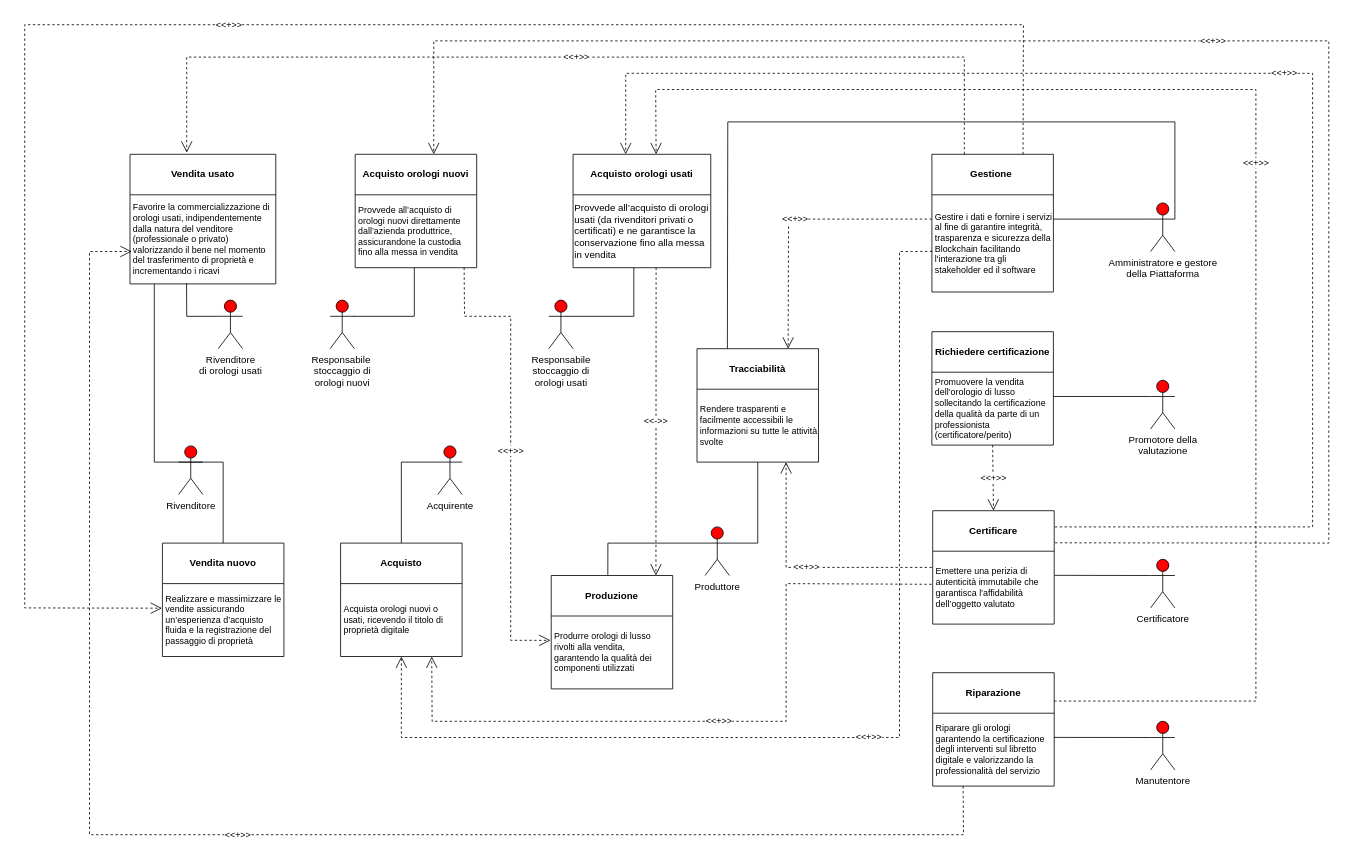
Above: Diagrammi/Capitolo3/DependencyGoalRoleDiagram.drawio in Vittorio92/ProgettoSistemiInformativi (draw.io), before the change. Source tidied: cells renumbered, new cells numbered last; positions are measured from the earlier drawing's top-left corner, leaving out a move shared by most shapes. Both pictures are drawn from the tidied source at 81%, with x=0, y=0 at pixel (24, 24).
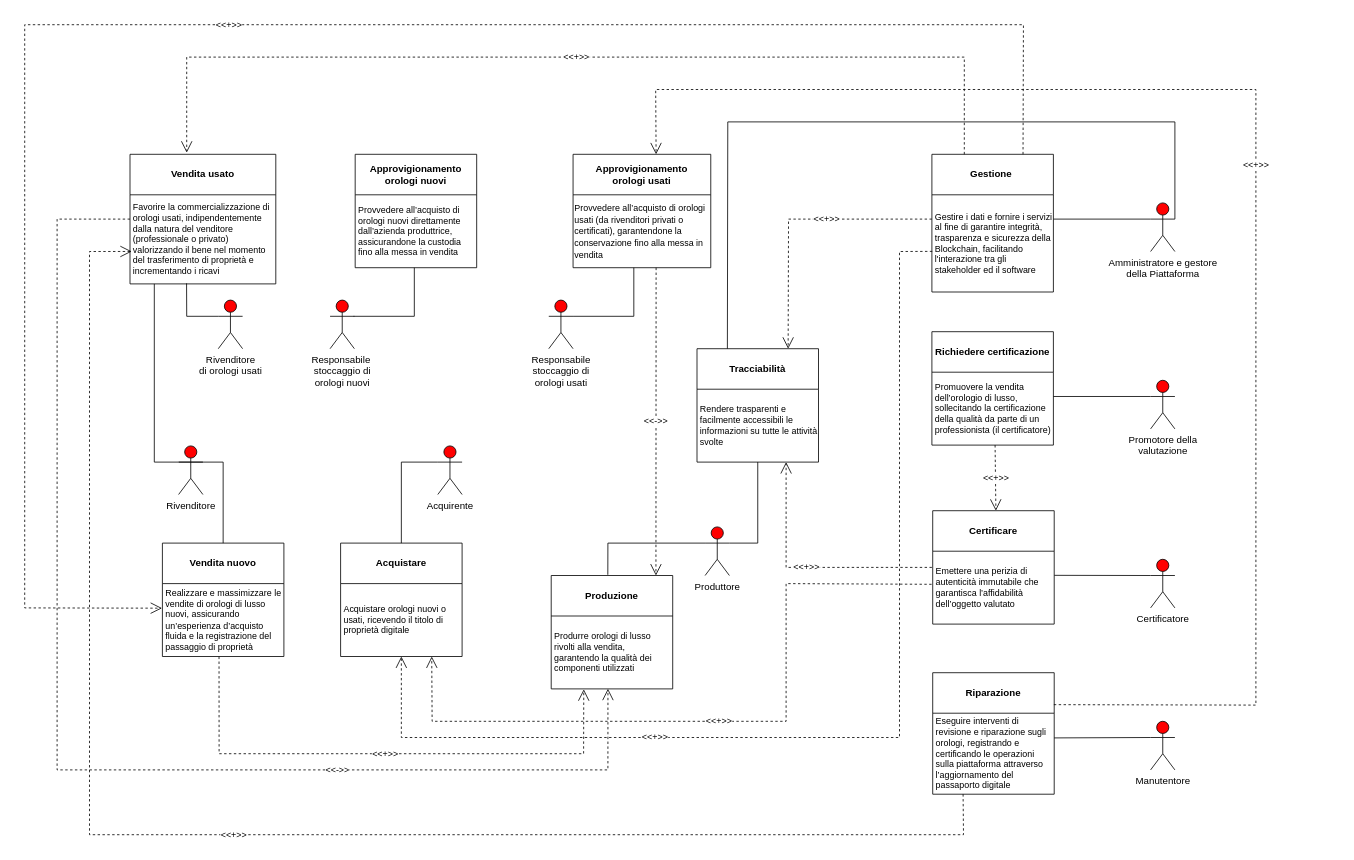
The same page after the edit.

Commit message (it also covers changes not shown here):
Modifiche diagrammi Capitolo3

The change refers to these unchanged cells:
```xml
<mxCell id="3" value="Manutentore" style="shape=umlActor;verticalLabelPosition=bottom;verticalAlign=top;html=1;fillColor=#FF0000;" parent="1" vertex="1">
  <mxGeometry x="1390" y="860" width="30" height="60" as="geometry" />
</mxCell>
<mxCell id="9" value="&lt;b&gt;Gestione&amp;nbsp;&lt;/b&gt;" style="swimlane;fontStyle=0;horizontal=1;startSize=50;whiteSpace=wrap;html=1;" parent="1" vertex="1">
  <mxGeometry x="1120" y="160" width="150" height="170" as="geometry" />
</mxCell>
<mxCell id="11" value="&lt;b&gt;Tracciabilità&lt;/b&gt;" style="swimlane;fontStyle=0;horizontal=1;startSize=50;whiteSpace=wrap;html=1;" parent="1" vertex="1">
  <mxGeometry x="830" y="400" width="150" height="140" as="geometry" />
</mxCell>
<mxCell id="15" value="&lt;b&gt;Certificare&lt;/b&gt;" style="swimlane;fontStyle=0;horizontal=1;startSize=50;whiteSpace=wrap;html=1;" parent="1" vertex="1">
  <mxGeometry x="1121" y="600" width="150" height="140" as="geometry" />
</mxCell>
<mxCell id="18" value="Produrre orologi di lusso rivolti alla vendita, garantendo la qualità dei componenti utilizzati" style="text;html=1;whiteSpace=wrap;strokeColor=none;fillColor=none;align=left;verticalAlign=middle;rounded=0;fontSize=11;spacingLeft=2;" parent="17" vertex="1">
  <mxGeometry y="50" width="150" height="90" as="geometry" />
</mxCell>
<mxCell id="19" value="&lt;b&gt;Vendita nuovo&lt;/b&gt;" style="swimlane;fontStyle=0;horizontal=1;startSize=50;whiteSpace=wrap;html=1;" parent="1" vertex="1">
  <mxGeometry x="170" y="640" width="150" height="140" as="geometry" />
</mxCell>
<mxCell id="55" value="&lt;b&gt;Richiedere certificazione&lt;/b&gt;" style="swimlane;fontStyle=0;horizontal=1;startSize=50;whiteSpace=wrap;html=1;" parent="1" vertex="1">
  <mxGeometry x="1120" y="379" width="150" height="140" as="geometry" />
</mxCell>
```

The edit, as a diff of the source:
```diff
@@
-    <mxCell id="10" value="Gestire i dati e fornire i servizi al fine di garantire integrità, trasparenza e sicurezza della Blockchain&amp;nbsp;&lt;span style=&quot;background-color: transparent; color: light-dark(rgb(0, 0, 0), rgb(255, 255, 255));&quot;&gt;facilitando l'interazione tra gli stakeholder ed il software&lt;/span&gt;" style="text;html=1;whiteSpace=wrap;strokeColor=none;fillColor=none;align=left;verticalAlign=middle;rounded=0;fontSize=11;spacingLeft=2;" parent="9" vertex="1">
+    <mxCell id="10" value="Gestire i dati e fornire i servizi al fine di garantire integrità, trasparenza e sicurezza della Blockchain,&amp;nbsp;&lt;span style=&quot;color: light-dark(rgb(0, 0, 0), rgb(255, 255, 255)); background-color: transparent;&quot;&gt;facilitando l'interazione tra gli stakeholder ed il software&lt;/span&gt;" style="text;html=1;whiteSpace=wrap;strokeColor=none;fillColor=none;align=left;verticalAlign=middle;rounded=0;fontSize=11;spacingLeft=2;" parent="9" vertex="1">
       <mxGeometry y="50" width="150" height="120" as="geometry" />
     </mxCell>
@@
     <mxCell id="13" value="&lt;b&gt;Riparazione&lt;/b&gt;" style="swimlane;fontStyle=0;horizontal=1;startSize=50;whiteSpace=wrap;html=1;" parent="1" vertex="1">
-      <mxGeometry x="1121" y="800" width="150" height="140" as="geometry" />
+      <mxGeometry x="1121" y="800" width="150" height="150" as="geometry" />
     </mxCell>
-    <mxCell id="14" value="Riparare gli orologi garantendo la certificazione degli interventi sul libretto digitale e valorizzando la professionalità del servizio" style="text;html=1;whiteSpace=wrap;strokeColor=none;fillColor=none;align=left;verticalAlign=middle;rounded=0;fontSize=11;spacingLeft=2;" parent="13" vertex="1">
-      <mxGeometry y="50" width="150" height="90" as="geometry" />
+    <mxCell id="14" value="Eseguire interventi di revisione e riparazione sugli orologi, registrando e certificando le operazioni sulla piattaforma attraverso l’aggiornamento del passaporto digitale" style="text;html=1;whiteSpace=wrap;strokeColor=none;fillColor=none;align=left;verticalAlign=middle;rounded=0;fontSize=11;spacingLeft=2;" parent="13" vertex="1">
+      <mxGeometry y="50" width="150" height="100" as="geometry" />
     </mxCell>
@@
-    <mxCell id="20" value="Realizzare e massimizzare le vendite assicurando un’esperienza d’acquisto fluida e la registrazione del passaggio di proprietà" style="text;html=1;whiteSpace=wrap;strokeColor=none;fillColor=none;align=left;verticalAlign=middle;rounded=0;fontSize=11;spacingLeft=2;" parent="19" vertex="1">
+    <mxCell id="20" value="Realizzare e massimizzare le vendite di orologi di lusso nuovi, assicurando un’esperienza d’acquisto fluida e la registrazione del passaggio di proprietà" style="text;html=1;whiteSpace=wrap;strokeColor=none;fillColor=none;align=left;verticalAlign=middle;rounded=0;fontSize=11;spacingLeft=2;" parent="19" vertex="1">
       <mxGeometry y="50" width="150" height="90" as="geometry" />
     </mxCell>
@@
-    <mxCell id="23" value="&lt;b&gt;Acquisto&lt;/b&gt;" style="swimlane;fontStyle=0;horizontal=1;startSize=50;whiteSpace=wrap;html=1;" parent="1" vertex="1">
+    <mxCell id="23" value="&lt;b&gt;Acquistare&lt;/b&gt;" style="swimlane;fontStyle=0;horizontal=1;startSize=50;whiteSpace=wrap;html=1;" parent="1" vertex="1">
       <mxGeometry x="390" y="640" width="150" height="140" as="geometry" />
     </mxCell>
-    <mxCell id="24" value="Acquista orologi nuovi o usati, ricevendo il titolo di proprietà digitale" style="text;html=1;whiteSpace=wrap;strokeColor=none;fillColor=none;align=left;verticalAlign=middle;rounded=0;fontSize=11;spacingLeft=2;" parent="23" vertex="1">
+    <mxCell id="24" value="Acquistare orologi nuovi o usati, ricevendo il titolo di proprietà digitale" style="text;html=1;whiteSpace=wrap;strokeColor=none;fillColor=none;align=left;verticalAlign=middle;rounded=0;fontSize=11;spacingLeft=2;" parent="23" vertex="1">
       <mxGeometry y="50" width="150" height="90" as="geometry" />
     </mxCell>
@@
-    <mxCell id="27" style="endArrow=none;html=1;rounded=0;exitX=0.997;exitY=0.332;exitDx=0;exitDy=0;exitPerimeter=0;entryX=0;entryY=0.3333333333333333;entryDx=0;entryDy=0;entryPerimeter=0;" parent="1" edge="1" source="14" target="3">
+    <mxCell id="27" style="endArrow=none;html=1;rounded=0;exitX=1;exitY=0.305;exitDx=0;exitDy=0;exitPerimeter=0;entryX=0;entryY=0.3333333333333333;entryDx=0;entryDy=0;entryPerimeter=0;" parent="1" edge="1" source="14" target="3">
       <mxGeometry relative="1" as="geometry" />
     </mxCell>
@@
-    <mxCell id="36" value="&amp;lt;&amp;lt;+&amp;gt;&amp;gt;" style="endArrow=open;endSize=12;dashed=1;html=1;rounded=0;exitX=0.75;exitY=1;exitDx=0;exitDy=0;entryX=-0.006;entryY=0.334;entryDx=0;entryDy=0;entryPerimeter=0;" parent="1" edge="1" target="18">
-      <mxGeometry relative="1" as="geometry">
-        <mxPoint x="542.5" y="300" as="sourcePoint" />
-        <Array as="points">
-          <mxPoint x="543" y="360" />
-          <mxPoint x="600" y="360" />
-          <mxPoint x="600" y="640" />
-          <mxPoint x="600" y="760" />
-        </Array>
-      </mxGeometry>
-    </mxCell>
-    <mxCell id="37" value="&amp;lt;&amp;lt;+&amp;gt;&amp;gt;" style="endArrow=open;endSize=12;dashed=1;html=1;rounded=0;exitX=0.267;exitY=-0.001;exitDx=0;exitDy=0;exitPerimeter=0;" parent="1" edge="1" source="9">
+    <mxCell id="37" value="&amp;lt;&amp;lt;+&amp;gt;&amp;gt;" style="endArrow=open;endSize=12;dashed=1;html=1;rounded=0;" parent="1" edge="1">
       <mxGeometry relative="1" as="geometry">
+        <mxPoint x="1160" y="160" as="sourcePoint" />
         <mxPoint x="200" y="158" as="targetPoint" />
         <Array as="points">
           <mxPoint x="1160" y="40" />
           <mxPoint x="200" y="40" />
         </Array>
       </mxGeometry>
     </mxCell>
@@
     <mxCell id="39" value="&amp;lt;&amp;lt;+&amp;gt;&amp;gt;" style="endArrow=open;endSize=12;dashed=1;html=1;rounded=0;entryX=0.5;entryY=1;entryDx=0;entryDy=0;exitX=0.003;exitY=0.582;exitDx=0;exitDy=0;exitPerimeter=0;" parent="1" edge="1" source="10" target="24">
-      <mxGeometry relative="1" as="geometry">
+      <mxGeometry x="0.39" relative="1" as="geometry">
         <Array as="points">
           <mxPoint x="1080" y="280" />
           <mxPoint x="1080" y="460" />
           <mxPoint x="1080" y="880" />
           <mxPoint x="465" y="880" />
         </Array>
       </mxGeometry>
     </mxCell>
     <mxCell id="40" value="&amp;lt;&amp;lt;+&amp;gt;&amp;gt;" style="endArrow=open;endSize=12;dashed=1;html=1;rounded=0;entryX=0.75;entryY=0;entryDx=0;entryDy=0;exitX=0;exitY=0.25;exitDx=0;exitDy=0;" parent="1" edge="1" source="10" target="11">
-      <mxGeometry relative="1" as="geometry">
+      <mxGeometry x="-0.23" relative="1" as="geometry">
         <Array as="points">
           <mxPoint x="943" y="240" />
         </Array>
       </mxGeometry>
     </mxCell>
@@
-    <mxCell id="42" value="&amp;lt;&amp;lt;+&amp;gt;&amp;gt;" style="endArrow=open;endSize=12;dashed=1;html=1;rounded=0;exitX=1;exitY=0.25;exitDx=0;exitDy=0;entryX=0.75;entryY=0;entryDx=0;entryDy=0;" parent="1" edge="1" source="13">
+    <mxCell id="42" value="&amp;lt;&amp;lt;+&amp;gt;&amp;gt;" style="endArrow=open;endSize=12;dashed=1;html=1;rounded=0;exitX=0.997;exitY=0.263;exitDx=0;exitDy=0;entryX=0.75;entryY=0;entryDx=0;entryDy=0;exitPerimeter=0;" parent="1" edge="1" source="13">
       <mxGeometry relative="1" as="geometry">
         <mxPoint x="779.5" y="160" as="targetPoint" />
         <Array as="points">
-          <mxPoint x="1520" y="835" />
+          <mxPoint x="1520" y="840" />
           <mxPoint x="1520" y="80" />
           <mxPoint x="779" y="80" />
         </Array>
       </mxGeometry>
     </mxCell>
@@
-    <mxCell id="44" value="&amp;lt;&amp;lt;+&amp;gt;&amp;gt;" style="endArrow=open;endSize=12;dashed=1;html=1;rounded=0;entryX=0.5;entryY=0;entryDx=0;entryDy=0;exitX=1.005;exitY=0.143;exitDx=0;exitDy=0;exitPerimeter=0;" parent="1" edge="1" source="15">
-      <mxGeometry relative="1" as="geometry">
-        <mxPoint x="742" y="160" as="targetPoint" />
-        <Array as="points">
-          <mxPoint x="1590" y="620" />
-          <mxPoint x="1590" y="60" />
-          <mxPoint x="742" y="60" />
-        </Array>
-      </mxGeometry>
-    </mxCell>
-    <mxCell id="45" value="&amp;lt;&amp;lt;+&amp;gt;&amp;gt;" style="endArrow=open;endSize=12;dashed=1;html=1;rounded=0;exitX=1.007;exitY=0.283;exitDx=0;exitDy=0;exitPerimeter=0;entryX=0.5;entryY=0;entryDx=0;entryDy=0;" parent="1" edge="1" source="15">
-      <mxGeometry relative="1" as="geometry">
-        <mxPoint x="505" y="160" as="targetPoint" />
-        <Array as="points">
-          <mxPoint x="1610" y="640" />
-          <mxPoint x="1610" y="20" />
-          <mxPoint x="505" y="20" />
-        </Array>
-      </mxGeometry>
-    </mxCell>
@@
-    <mxCell id="47" value="&lt;b&gt;Acquisto orologi nuovi&lt;/b&gt;" style="swimlane;fontStyle=0;horizontal=1;startSize=50;whiteSpace=wrap;html=1;" parent="1" vertex="1">
+    <mxCell id="47" value="&lt;b&gt;Approvigionamento&lt;/b&gt;&lt;div&gt;&lt;b&gt;orologi nuovi&lt;/b&gt;&lt;/div&gt;" style="swimlane;fontStyle=0;horizontal=1;startSize=50;whiteSpace=wrap;html=1;" parent="1" vertex="1">
       <mxGeometry x="408" y="160" width="150" height="140" as="geometry" />
     </mxCell>
-    <mxCell id="48" value="Provvede all’acquisto di orologi nuovi direttamente dall’azienda produttrice, assicurandone la custodia fino alla messa in vendita" style="text;html=1;whiteSpace=wrap;strokeColor=none;fillColor=none;align=left;verticalAlign=middle;rounded=0;fontSize=11;spacingLeft=2;" parent="47" vertex="1">
+    <mxCell id="48" value="Provvedere all’acquisto di orologi nuovi direttamente dall’azienda produttrice, assicurandone la custodia fino alla messa in vendita" style="text;html=1;whiteSpace=wrap;strokeColor=none;fillColor=none;align=left;verticalAlign=middle;rounded=0;fontSize=11;spacingLeft=2;" parent="47" vertex="1">
       <mxGeometry y="50" width="150" height="90" as="geometry" />
     </mxCell>
@@
-    <mxCell id="51" value="&lt;b&gt;Acquisto orologi usati&lt;/b&gt;" style="swimlane;fontStyle=0;horizontal=1;startSize=50;whiteSpace=wrap;html=1;align=center;" parent="1" vertex="1">
+    <mxCell id="51" value="&lt;b&gt;Approvigionamento&lt;/b&gt;&lt;div&gt;&lt;b&gt;orologi usati&lt;/b&gt;&lt;/div&gt;" style="swimlane;fontStyle=0;horizontal=1;startSize=50;whiteSpace=wrap;html=1;align=center;" parent="1" vertex="1">
       <mxGeometry x="677" y="160" width="170" height="140" as="geometry" />
     </mxCell>
-    <mxCell id="52" value="Provvede all’acquisto di orologi usati (da rivenditori privati o certificati) e ne garantisce la conservazione fino alla messa in vendita" style="text;html=1;whiteSpace=wrap;strokeColor=none;fillColor=none;align=left;verticalAlign=middle;rounded=0;" parent="51" vertex="1">
+    <mxCell id="52" value="&lt;span style=&quot;font-size: 11px;&quot;&gt;Provvedere all’acquisto di orologi usati (da rivenditori privati o certificati), garantendone la conservazione fino alla messa in vendita&lt;/span&gt;" style="text;html=1;whiteSpace=wrap;strokeColor=none;fillColor=none;align=left;verticalAlign=middle;rounded=0;" parent="51" vertex="1">
       <mxGeometry y="50" width="170" height="90" as="geometry" />
     </mxCell>
@@
-    <mxCell id="56" value="Promuovere la vendita dell’orologio di lusso sollecitando la certificazione della qualità da parte di un professionista (certificatore/perito)" style="text;html=1;whiteSpace=wrap;strokeColor=none;fillColor=none;align=left;verticalAlign=middle;rounded=0;fontSize=11;spacingLeft=2;" parent="55" vertex="1">
+    <mxCell id="56" value="Promuovere la vendita dell’orologio di lusso, sollecitando la certificazione della qualità da parte di un professionista (il certificatore)" style="text;html=1;whiteSpace=wrap;strokeColor=none;fillColor=none;align=left;verticalAlign=middle;rounded=0;fontSize=11;spacingLeft=2;" parent="55" vertex="1">
       <mxGeometry y="50" width="150" height="90" as="geometry" />
     </mxCell>
@@
-    <mxCell id="58" value="&amp;lt;&amp;lt;+&amp;gt;&amp;gt;" style="endArrow=open;endSize=12;dashed=1;html=1;rounded=0;exitX=0.5;exitY=1;exitDx=0;exitDy=0;entryX=0.5;entryY=0;entryDx=0;entryDy=0;" parent="1" edge="1" source="56" target="15">
-      <mxGeometry relative="1" as="geometry" />
+    <mxCell id="58" value="&amp;lt;&amp;lt;+&amp;gt;&amp;gt;" style="endArrow=open;endSize=12;dashed=1;html=1;rounded=0;exitX=0.5;exitY=1;exitDx=0;exitDy=0;entryX=0.5;entryY=0;entryDx=0;entryDy=0;" parent="1" edge="1">
+      <mxGeometry relative="1" as="geometry">
+        <mxPoint x="1198" y="519" as="sourcePoint" />
+        <mxPoint x="1199" y="600" as="targetPoint" />
+      </mxGeometry>
     </mxCell>
@@
+    <mxCell id="60" value="&amp;lt;&amp;lt;-&amp;gt;&amp;gt;" style="endArrow=open;endSize=12;dashed=1;html=1;rounded=0;entryX=0.467;entryY=0.998;entryDx=0;entryDy=0;entryPerimeter=0;" parent="1" edge="1" target="18">
+      <mxGeometry x="0.44" relative="1" as="geometry">
+        <mxPoint x="130" y="240" as="sourcePoint" />
+        <Array as="points">
+          <mxPoint x="40" y="240" />
+          <mxPoint x="40" y="920" />
+          <mxPoint x="720" y="920" />
+        </Array>
+      </mxGeometry>
+    </mxCell>
+    <mxCell id="61" value="&amp;lt;&amp;lt;+&amp;gt;&amp;gt;" style="endArrow=open;endSize=12;dashed=1;html=1;rounded=0;exitX=0.466;exitY=1.002;exitDx=0;exitDy=0;entryX=0.268;entryY=1.006;entryDx=0;entryDy=0;exitPerimeter=0;entryPerimeter=0;" parent="1" edge="1" source="20" target="18">
+      <mxGeometry relative="1" as="geometry">
+        <Array as="points">
+          <mxPoint x="240" y="900" />
+          <mxPoint x="690" y="900" />
+        </Array>
+      </mxGeometry>
+    </mxCell>
```
